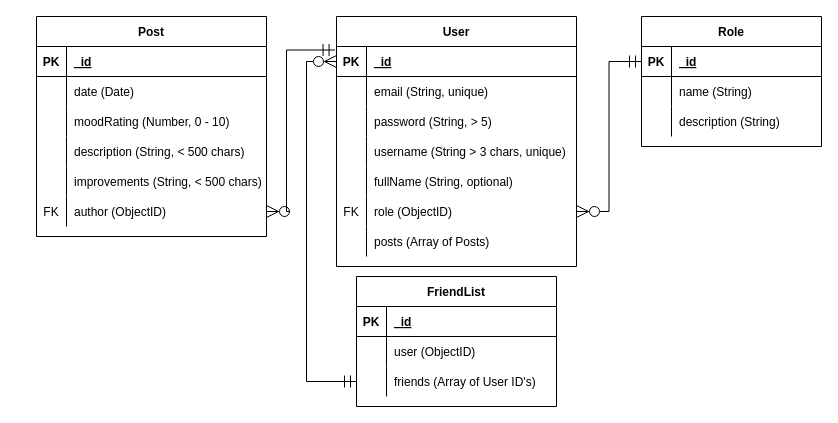
The draw.io diagram docs/ERD.drawio in Lanruoj/Mental-Health-Journal-API, before the edit. Source tidied: cells renumbered, new cells numbered last; positions are measured from the earlier drawing's top-left corner, leaving out a move shared by most shapes. Both pictures are drawn from the tidied source at 100%, with x=0, y=0 at pixel (36, 16).
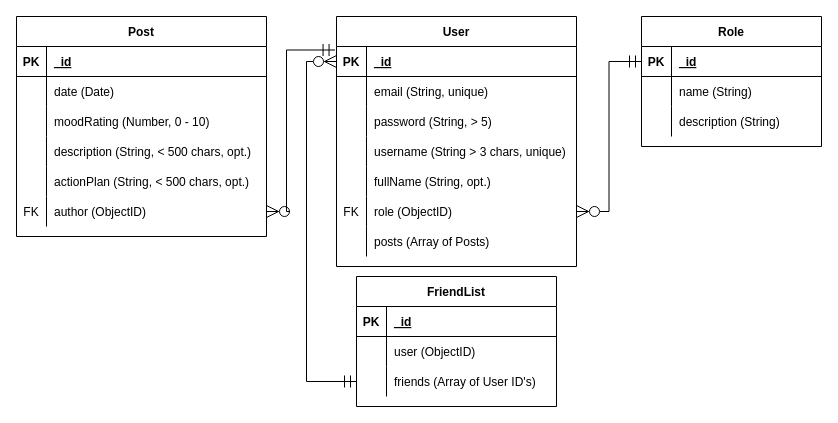
Above is the later version.

The change refers to these unchanged cells:
```xml
<mxCell id="15" style="shape=tableRow;horizontal=0;startSize=0;swimlaneHead=0;swimlaneBody=0;fillColor=none;top=0;left=0;right=0;bottom=0;" parent="2" vertex="1">
  <mxGeometry y="150" width="240" height="30" as="geometry" />
</mxCell>
```

Diff of the diagram source:
```diff
@@
-    <mxCell id="17" value="fullName (String, optional)" style="shape=partialRectangle;fillColor=none;top=0;left=0;bottom=0;right=0;align=left;spacingLeft=6;overflow=hidden;" parent="15" vertex="1">
+    <mxCell id="17" value="fullName (String, opt.)" style="shape=partialRectangle;fillColor=none;top=0;left=0;bottom=0;right=0;align=left;spacingLeft=6;overflow=hidden;" parent="15" vertex="1">
       <mxGeometry x="30" width="210" height="30" as="geometry" />
     </mxCell>
@@
     <mxCell id="35" value="Post" style="shape=table;startSize=30;childLayout=tableLayout;rowLines=0;fontStyle=1;align=center;" parent="1" vertex="1">
-      <mxGeometry width="230" height="220" as="geometry" />
+      <mxGeometry x="-20" width="250" height="220" as="geometry" />
     </mxCell>
     <mxCell id="36" style="shape=tableRow;horizontal=0;startSize=0;swimlaneHead=0;swimlaneBody=0;fillColor=none;top=0;left=0;right=0;bottom=1;" parent="35" vertex="1">
-      <mxGeometry y="30" width="230" height="30" as="geometry" />
+      <mxGeometry y="30" width="250" height="30" as="geometry" />
     </mxCell>
@@
     <mxCell id="38" value="_id" style="shape=partialRectangle;fillColor=none;top=0;left=0;bottom=0;right=0;align=left;spacingLeft=6;fontStyle=5;overflow=hidden;" parent="36" vertex="1">
-      <mxGeometry x="30" width="200" height="30" as="geometry" />
+      <mxGeometry x="30" width="220" height="30" as="geometry" />
     </mxCell>
     <mxCell id="39" style="shape=tableRow;horizontal=0;startSize=0;swimlaneHead=0;swimlaneBody=0;fillColor=none;top=0;left=0;right=0;bottom=0;" parent="35" vertex="1">
-      <mxGeometry y="60" width="230" height="30" as="geometry" />
+      <mxGeometry y="60" width="250" height="30" as="geometry" />
     </mxCell>
@@
     <mxCell id="41" value="date (Date)" style="shape=partialRectangle;fillColor=none;top=0;left=0;bottom=0;right=0;align=left;spacingLeft=6;overflow=hidden;" parent="39" vertex="1">
-      <mxGeometry x="30" width="200" height="30" as="geometry" />
+      <mxGeometry x="30" width="220" height="30" as="geometry" />
     </mxCell>
     <mxCell id="42" style="shape=tableRow;horizontal=0;startSize=0;swimlaneHead=0;swimlaneBody=0;fillColor=none;top=0;left=0;right=0;bottom=0;" parent="35" vertex="1">
-      <mxGeometry y="90" width="230" height="30" as="geometry" />
+      <mxGeometry y="90" width="250" height="30" as="geometry" />
     </mxCell>
@@
     <mxCell id="44" value="moodRating (Number, 0 - 10)" style="shape=partialRectangle;fillColor=none;top=0;left=0;bottom=0;right=0;align=left;spacingLeft=6;overflow=hidden;" parent="42" vertex="1">
-      <mxGeometry x="30" width="200" height="30" as="geometry" />
+      <mxGeometry x="30" width="220" height="30" as="geometry" />
     </mxCell>
     <mxCell id="45" style="shape=tableRow;horizontal=0;startSize=0;swimlaneHead=0;swimlaneBody=0;fillColor=none;top=0;left=0;right=0;bottom=0;" parent="35" vertex="1">
-      <mxGeometry y="120" width="230" height="30" as="geometry" />
+      <mxGeometry y="120" width="250" height="30" as="geometry" />
     </mxCell>
@@
-    <mxCell id="47" value="description (String, &lt; 500 chars)" style="shape=partialRectangle;fillColor=none;top=0;left=0;bottom=0;right=0;align=left;spacingLeft=6;overflow=hidden;" parent="45" vertex="1">
-      <mxGeometry x="30" width="200" height="30" as="geometry" />
+    <mxCell id="47" value="description (String, &lt; 500 chars, opt.)" style="shape=partialRectangle;fillColor=none;top=0;left=0;bottom=0;right=0;align=left;spacingLeft=6;overflow=hidden;" parent="45" vertex="1">
+      <mxGeometry x="30" width="220" height="30" as="geometry" />
     </mxCell>
     <mxCell id="48" style="shape=tableRow;horizontal=0;startSize=0;swimlaneHead=0;swimlaneBody=0;fillColor=none;top=0;left=0;right=0;bottom=0;" parent="35" vertex="1">
-      <mxGeometry y="150" width="230" height="30" as="geometry" />
+      <mxGeometry y="150" width="250" height="30" as="geometry" />
     </mxCell>
@@
-    <mxCell id="50" value="improvements (String, &lt; 500 chars)" style="shape=partialRectangle;fillColor=none;top=0;left=0;bottom=0;right=0;align=left;spacingLeft=6;overflow=hidden;" parent="48" vertex="1">
-      <mxGeometry x="30" width="200" height="30" as="geometry" />
+    <mxCell id="50" value="actionPlan (String, &lt; 500 chars, opt.)" style="shape=partialRectangle;fillColor=none;top=0;left=0;bottom=0;right=0;align=left;spacingLeft=6;overflow=hidden;" parent="48" vertex="1">
+      <mxGeometry x="30" width="220" height="30" as="geometry" />
     </mxCell>
     <mxCell id="51" style="shape=tableRow;horizontal=0;startSize=0;swimlaneHead=0;swimlaneBody=0;fillColor=none;points=[[0,0.5],[1,0.5]];portConstraint=eastwest;top=0;left=0;right=0;bottom=0;" parent="35" vertex="1">
-      <mxGeometry y="180" width="230" height="30" as="geometry" />
+      <mxGeometry y="180" width="250" height="30" as="geometry" />
     </mxCell>
@@
     <mxCell id="53" value="author (ObjectID)" style="shape=partialRectangle;fillColor=none;top=0;left=0;bottom=0;right=0;align=left;spacingLeft=6;overflow=hidden;" parent="51" vertex="1">
-      <mxGeometry x="30" width="200" height="30" as="geometry" />
+      <mxGeometry x="30" width="220" height="30" as="geometry" />
     </mxCell>
```
